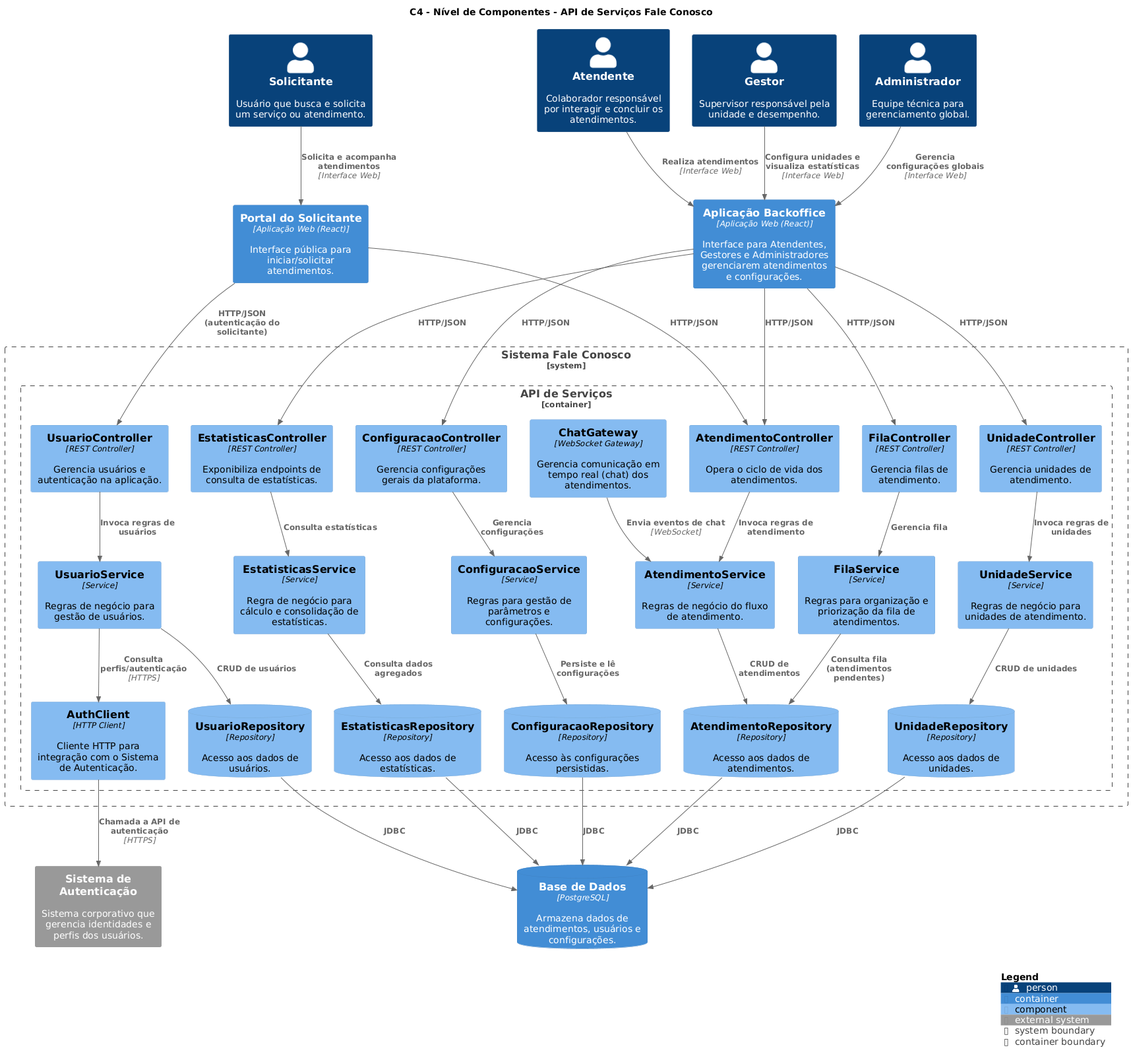
DeMesquita/Projeto-Software keeps this PlantUML diagram as Trabalho Final/out/diagrama_components/diagrama_components.png. Above is the earlier version. The source it was exported from:
```plantuml
@startuml
title C4 - Nível de Componentes - API de Serviços Fale Conosco

!include <C4/C4_Component.puml>

Person(solicitante, "Solicitante", "Usuário que busca e solicita um serviço ou atendimento.")
Person(atendente,  "Atendente",  "Colaborador responsável por interagir e concluir os atendimentos.")
Person(gestor,     "Gestor",     "Supervisor responsável pela unidade e desempenho.")
Person(admin,      "Administrador", "Equipe técnica para gerenciamento global.")

System_Ext(auth_system, "Sistema de Autenticação", "Sistema corporativo que gerencia identidades e perfis dos usuários.")

Container(portal_solic,   "Portal do Solicitante", "Aplicação Web (React)", "Interface pública para iniciar/solicitar atendimentos.")
Container(app_backoffice, "Aplicação Backoffice",  "Aplicação Web (React)", "Interface para Atendentes, Gestores e Administradores gerenciarem atendimentos e configurações.")
ContainerDb(db,           "Base de Dados", "PostgreSQL", "Armazena dados de atendimentos, usuários e configurações.")

System_Boundary(faleconosco, "Sistema Fale Conosco") {

    Container_Boundary(api, "API de Serviços", "Aplicação Java (REST)", "Expõe a lógica de negócio, gerencia filas e integrações.") {

        Component(estatisticasController, "EstatisticasController", "REST Controller", "Exponibiliza endpoints de consulta de estatísticas.")
        Component(configuracaoController, "ConfiguracaoController", "REST Controller", "Gerencia configurações gerais da plataforma.")
        Component(filaController,         "FilaController", "REST Controller", "Gerencia filas de atendimento.")
        Component(usuarioController,      "UsuarioController", "REST Controller", "Gerencia usuários e autenticação na aplicação.")
        Component(unidadeController,      "UnidadeController", "REST Controller", "Gerencia unidades de atendimento.")
        Component(atendimentoController,  "AtendimentoController", "REST Controller", "Opera o ciclo de vida dos atendimentos.")

        Component(estatisticasService, "EstatisticasService", "Service", "Regra de negócio para cálculo e consolidação de estatísticas.")
        Component(configuracaoService, "ConfiguracaoService", "Service", "Regras para gestão de parâmetros e configurações.")
        Component(filaService,         "FilaService", "Service", "Regras para organização e priorização da fila de atendimentos.")
        Component(usuarioService,      "UsuarioService", "Service", "Regras de negócio para gestão de usuários.")
        Component(unidadeService,      "UnidadeService", "Service", "Regras de negócio para unidades de atendimento.")
        Component(atendimentoService,  "AtendimentoService", "Service", "Regras de negócio do fluxo de atendimento.")
        Component(authClient,          "AuthClient", "HTTP Client", "Cliente HTTP para integração com o Sistema de Autenticação.")
        Component(chatGateway,         "ChatGateway", "WebSocket Gateway", "Gerencia comunicação em tempo real (chat) dos atendimentos.")

        ComponentDb(estatisticasRepository, "EstatisticasRepository", "Repository", "Acesso aos dados de estatísticas.")
        ComponentDb(configuracaoRepository, "ConfiguracaoRepository", "Repository", "Acesso às configurações persistidas.")
        ComponentDb(atendimentoRepository,  "AtendimentoRepository", "Repository", "Acesso aos dados de atendimentos.")
        ComponentDb(usuarioRepository,      "UsuarioRepository", "Repository", "Acesso aos dados de usuários.")
        ComponentDb(unidadeRepository,      "UnidadeRepository", "Repository", "Acesso aos dados de unidades.")
    }
}


Rel(solicitante, portal_solic, "Solicita e acompanha atendimentos", "Interface Web")
Rel(atendente,  app_backoffice, "Realiza atendimentos", "Interface Web")
Rel(gestor,     app_backoffice, "Configura unidades e visualiza estatísticas", "Interface Web")
Rel(admin,      app_backoffice, "Gerencia configurações globais", "Interface Web")

Rel(portal_solic,   atendimentoController, "HTTP/JSON")
Rel(portal_solic,   usuarioController,     "HTTP/JSON (autenticação do solicitante)")
Rel(app_backoffice, atendimentoController, "HTTP/JSON")
Rel(app_backoffice, filaController,        "HTTP/JSON")
Rel(app_backoffice, unidadeController,     "HTTP/JSON")
Rel(app_backoffice, estatisticasController,"HTTP/JSON")
Rel(app_backoffice, configuracaoController,"HTTP/JSON")

Rel(atendimentoController,  atendimentoService, "Invoca regras de atendimento")
Rel(filaController,         filaService,        "Gerencia fila")
Rel(unidadeController,      unidadeService,     "Invoca regras de unidades")
Rel(usuarioController,      usuarioService,     "Invoca regras de usuários")
Rel(estatisticasController, estatisticasService,"Consulta estatísticas")
Rel(configuracaoController, configuracaoService,"Gerencia configurações")

Rel(atendimentoService,  atendimentoRepository,  "CRUD de atendimentos")
Rel(filaService,         atendimentoRepository,  "Consulta fila (atendimentos pendentes)")
Rel(unidadeService,      unidadeRepository,      "CRUD de unidades")
Rel(usuarioService,      usuarioRepository,      "CRUD de usuários")
Rel(estatisticasService, estatisticasRepository, "Consulta dados agregados")
Rel(configuracaoService, configuracaoRepository, "Persiste e lê configurações")

Rel(usuarioService, authClient, "Consulta perfis/autenticação", "HTTPS")
Rel(authClient, auth_system,   "Chamada a API de autenticação", "HTTPS")

Rel(chatGateway, atendimentoService, "Envia eventos de chat", "WebSocket")

Rel(estatisticasRepository, db, "JDBC")
Rel(configuracaoRepository, db, "JDBC")
Rel(atendimentoRepository,  db, "JDBC")
Rel(usuarioRepository,      db, "JDBC")
Rel(unidadeRepository,      db, "JDBC")

SHOW_LEGEND()
@enduml
```
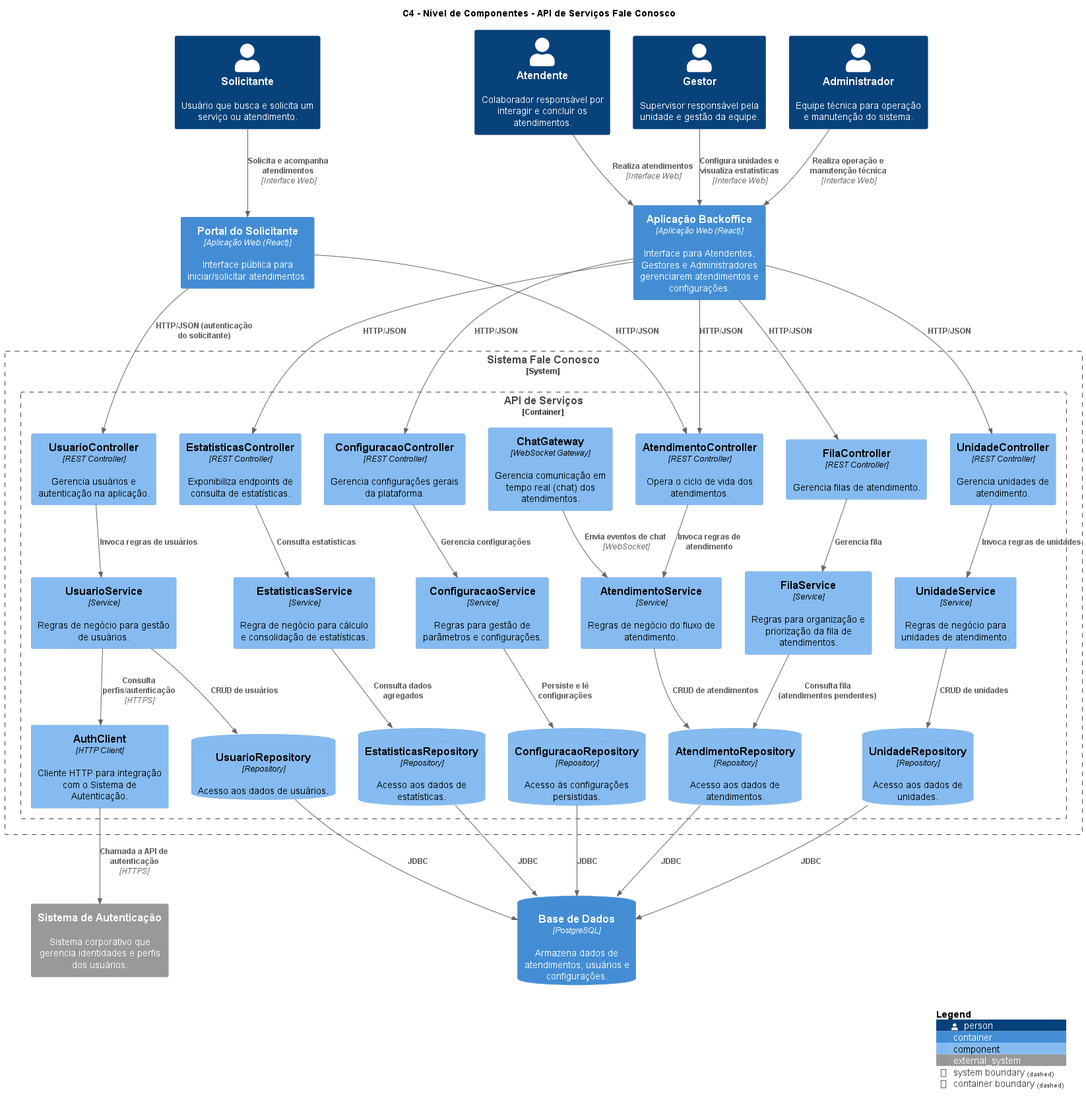
Above is the later version.

The edit, as a diff of the source:
```diff
@@ -1,12 +1,13 @@
-@startuml
+@startuml FaleConosco - Componentes
+
 title C4 - Nível de Componentes - API de Serviços Fale Conosco
 
 !include <C4/C4_Component.puml>
 
 Person(solicitante, "Solicitante", "Usuário que busca e solicita um serviço ou atendimento.")
-Person(atendente,  "Atendente",  "Colaborador responsável por interagir e concluir os atendimentos.")
-Person(gestor,     "Gestor",     "Supervisor responsável pela unidade e desempenho.")
-Person(admin,      "Administrador", "Equipe técnica para gerenciamento global.")
+Person(atendente, "Atendente", "Colaborador responsável por interagir e concluir os atendimentos.")
+Person(gestor, "Gestor", "Supervisor responsável pela unidade e gestão da equipe.")
+Person(admin, "Administrador", "Equipe técnica para operação e manutenção do sistema.")
 
 System_Ext(auth_system, "Sistema de Autenticação", "Sistema corporativo que gerencia identidades e perfis dos usuários.")
 
@@ -46,7 +47,7 @@
 Rel(solicitante, portal_solic, "Solicita e acompanha atendimentos", "Interface Web")
 Rel(atendente,  app_backoffice, "Realiza atendimentos", "Interface Web")
 Rel(gestor,     app_backoffice, "Configura unidades e visualiza estatísticas", "Interface Web")
-Rel(admin,      app_backoffice, "Gerencia configurações globais", "Interface Web")
+Rel(admin,      app_backoffice, "Realiza operação e manutenção técnica", "Interface Web")
 
 Rel(portal_solic,   atendimentoController, "HTTP/JSON")
 Rel(portal_solic,   usuarioController,     "HTTP/JSON (autenticação do solicitante)")
```
